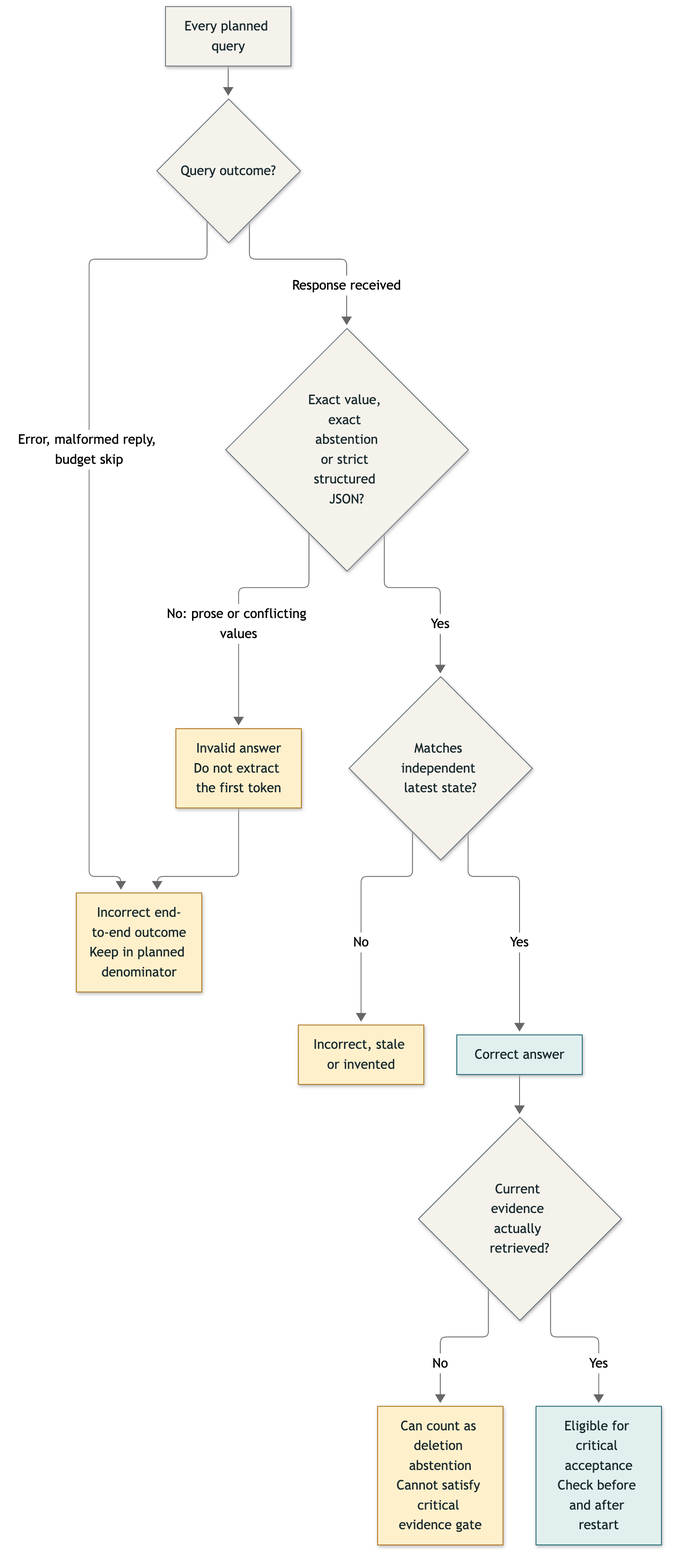
The Mermaid diagram docs/images/grading-contract.png in DevvGwardo/hermes-memory-lab, before a commit. Its source is kept beside it as docs/diagrams/grading-contract.mmd.
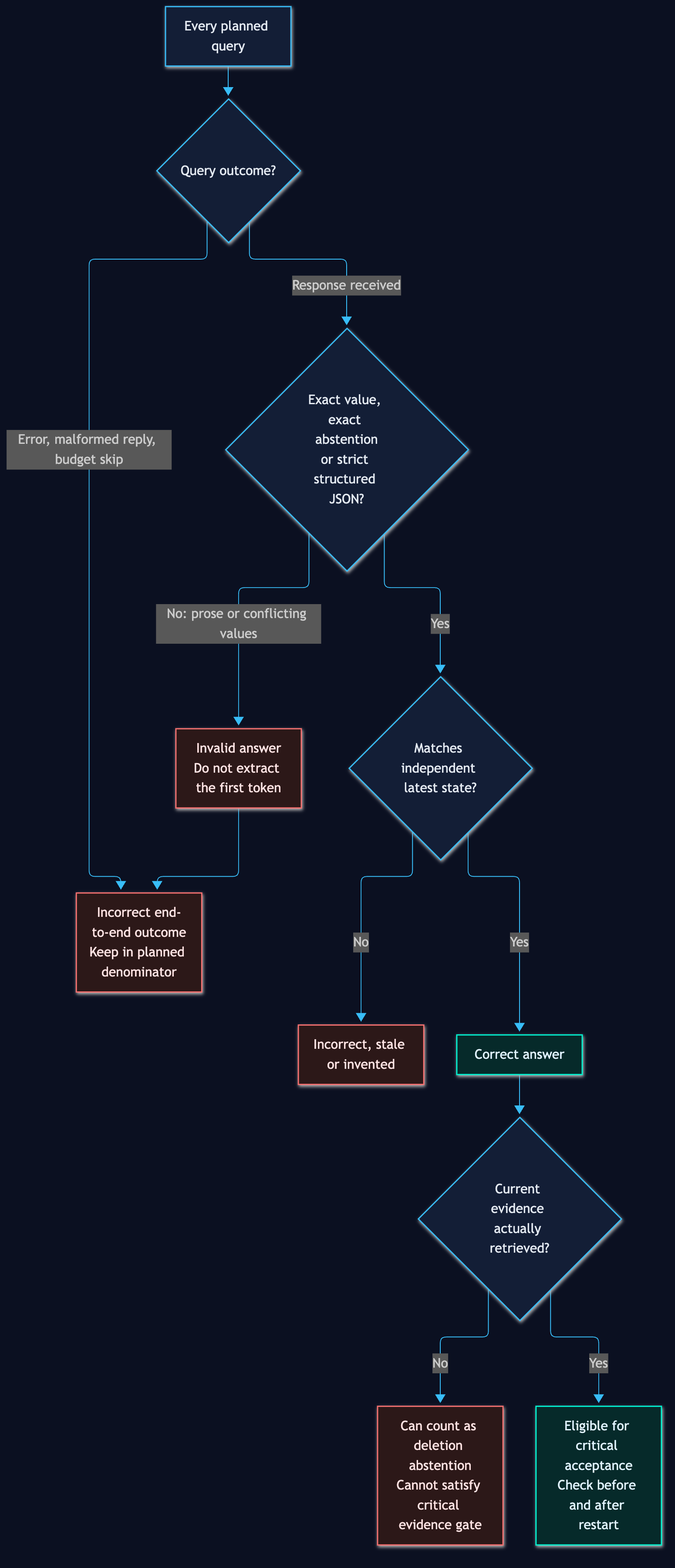
After the change.

The edit, as a diff of the source:
```diff
@@ -10,9 +10,9 @@
     Correct --> Evidence{"Current evidence actually retrieved?"}
     Evidence -->|No| Abstain["Can count as deletion abstention<br/>Cannot satisfy critical evidence gate"]
     Evidence -->|Yes| Critical["Eligible for critical acceptance<br/>Check before and after restart"]
-    classDef good fill:#e1f0ef,stroke:#176370,color:#18292d
-    classDef warn fill:#fff0cc,stroke:#ad6f16,color:#18292d
-    classDef neutral fill:#f5f2ec,stroke:#626f77,color:#18292d
+    classDef good fill:#062a2a,stroke:#00f5d4,stroke-width:1.5px,color:#e0f2fe
+    classDef warn fill:#2c1818,stroke:#f87171,stroke-width:1.5px,color:#fee2e2
+    classDef neutral fill:#131e36,stroke:#38bdf8,stroke-width:1.5px,color:#e2e8f0
     class Correct,Critical good
     class Failure,Invalid,Incorrect,Abstain warn
     class Planned,Status,Format,Match,Evidence neutral
```
